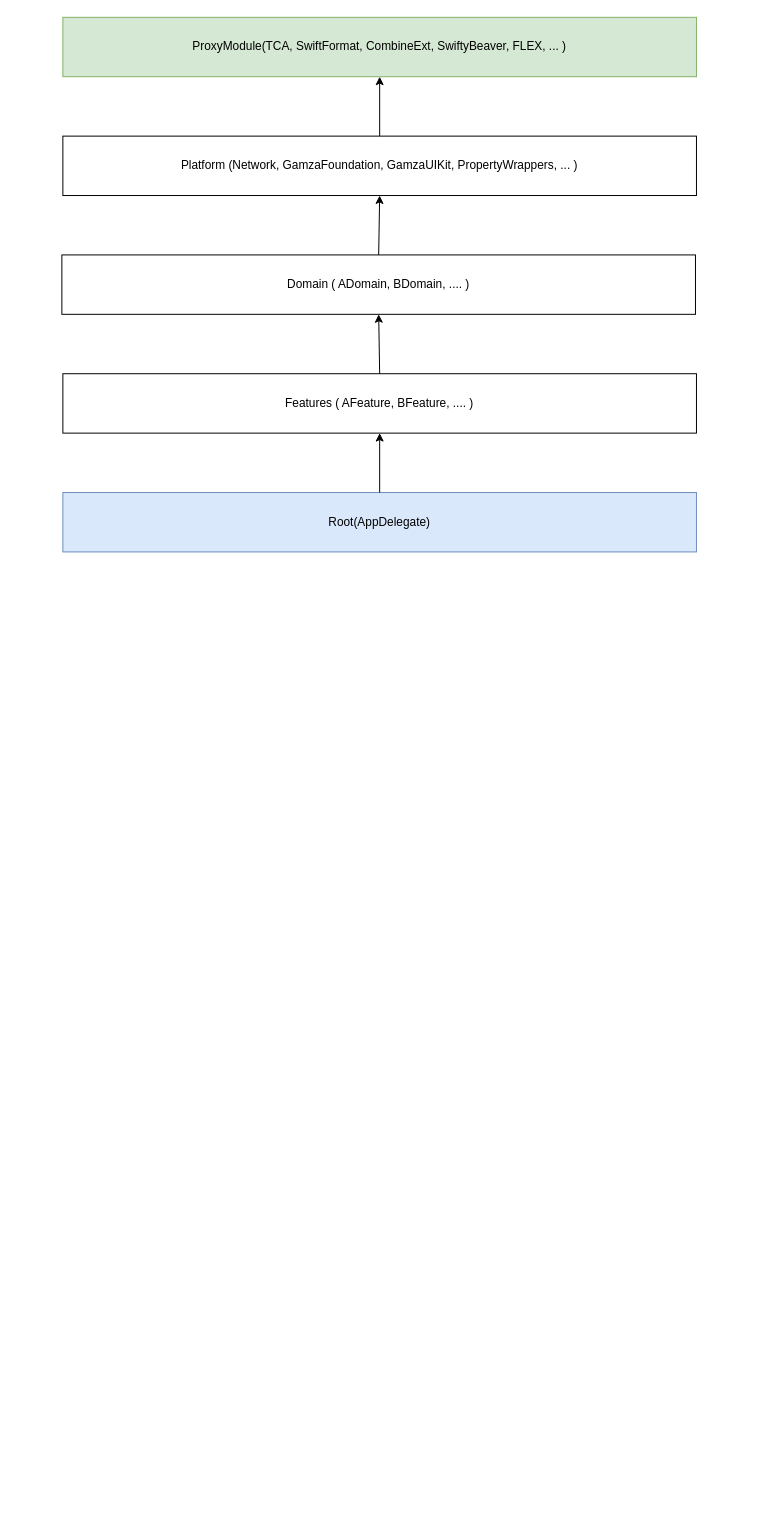
Before: diagram.drawio in good-potatos/Gamzabada-iOS, a draw.io diagram. Source tidied: cells renumbered, new cells numbered last; positions are measured from the earlier drawing's top-left corner, leaving out a move shared by most shapes. Both pictures are drawn from the tidied source at 99%, with x=0, y=0 at pixel (61, 17).
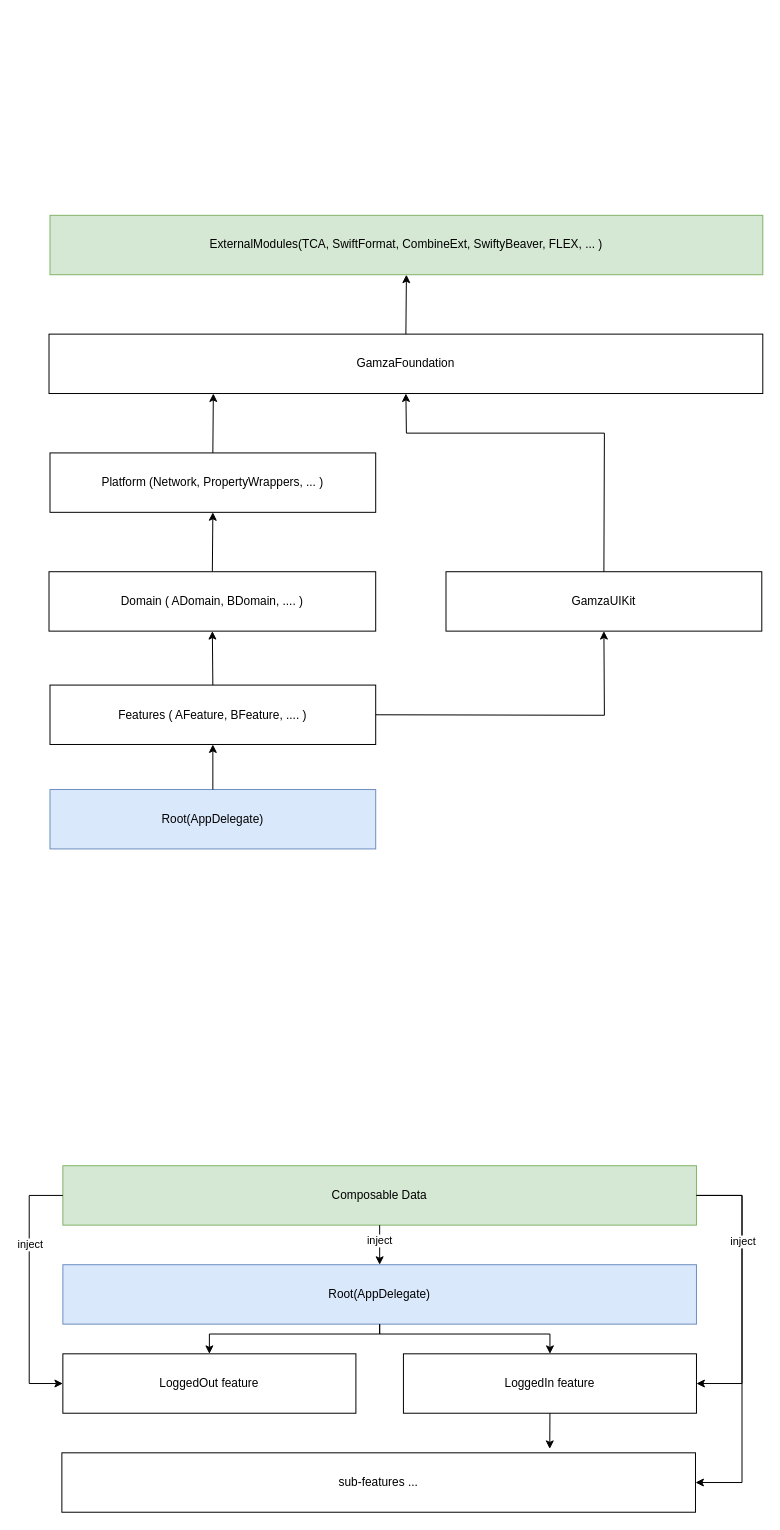
The same page after the edit.

Change to the diagram source:
```diff
@@
-    <mxCell id="2" value="ProxyModule(TCA, SwiftFormat, CombineExt, SwiftyBeaver, FLEX, ... )" style="rounded=0;whiteSpace=wrap;html=1;fillColor=#d5e8d4;strokeColor=#82b366;" parent="1" vertex="1">
-      <mxGeometry x="1" width="640" height="60" as="geometry" />
-    </mxCell>
@@
-    <mxCell id="4" value="Platform (Network, GamzaFoundation, GamzaUIKit, PropertyWrappers, ... )" style="rounded=0;whiteSpace=wrap;html=1;" parent="1" vertex="1">
-      <mxGeometry x="1" y="120" width="640" height="60" as="geometry" />
+    <mxCell id="4" value="Platform (Network, PropertyWrappers, ... )" style="rounded=0;whiteSpace=wrap;html=1;" parent="1" vertex="1">
+      <mxGeometry x="-12" y="440" width="329" height="60" as="geometry" />
     </mxCell>
-    <mxCell id="5" style="endArrow=classic;html=1;rounded=0;exitX=0.5;exitY=0;exitDx=0;exitDy=0;entryX=0.5;entryY=1;entryDx=0;entryDy=0;" parent="1" edge="1" source="4" target="2">
-      <mxGeometry relative="1" as="geometry" />
+    <mxCell id="5" style="endArrow=classic;html=1;rounded=0;exitX=0.5;exitY=0;exitDx=0;exitDy=0;entryX=0.5;entryY=1;entryDx=0;entryDy=0;" parent="1" edge="1" source="4">
+      <mxGeometry relative="1" as="geometry">
+        <mxPoint x="153" y="380" as="targetPoint" />
+      </mxGeometry>
     </mxCell>
     <mxCell id="6" value="Domain ( ADomain, BDomain, .... )" style="rounded=0;whiteSpace=wrap;html=1;" parent="1" vertex="1">
-      <mxGeometry y="240" width="640" height="60" as="geometry" />
+      <mxGeometry x="-13" y="560" width="330" height="60" as="geometry" />
     </mxCell>
     <mxCell id="7" value="Features ( AFeature, BFeature, .... )" style="rounded=0;whiteSpace=wrap;html=1;" parent="1" vertex="1">
-      <mxGeometry x="1" y="360" width="640" height="60" as="geometry" />
+      <mxGeometry x="-12" y="674.5" width="329" height="60" as="geometry" />
     </mxCell>
     <mxCell id="8" value="Root(AppDelegate)" style="rounded=0;whiteSpace=wrap;html=1;fillColor=#dae8fc;strokeColor=#6c8ebf;" parent="1" vertex="1">
-      <mxGeometry x="1" y="480" width="640" height="60" as="geometry" />
+      <mxGeometry x="-12" y="780" width="329" height="60" as="geometry" />
     </mxCell>
@@
+    <mxCell id="11" value="Composable Data" style="rounded=0;whiteSpace=wrap;html=1;fillColor=#d5e8d4;strokeColor=#82b366;" parent="1" vertex="1">
+      <mxGeometry x="1" y="1160" width="640" height="60" as="geometry" />
+    </mxCell>
+    <mxCell id="12" value="Root(AppDelegate)" style="rounded=0;whiteSpace=wrap;html=1;fillColor=#dae8fc;strokeColor=#6c8ebf;" parent="1" vertex="1">
+      <mxGeometry x="1" y="1260" width="640" height="60" as="geometry" />
+    </mxCell>
+    <mxCell id="13" value="LoggedOut feature" style="rounded=0;whiteSpace=wrap;html=1;" parent="1" vertex="1">
+      <mxGeometry x="1" y="1350" width="296" height="60" as="geometry" />
+    </mxCell>
+    <mxCell id="14" value="LoggedIn feature" style="rounded=0;whiteSpace=wrap;html=1;" parent="1" vertex="1">
+      <mxGeometry x="345" y="1350" width="296" height="60" as="geometry" />
+    </mxCell>
+    <mxCell id="15" value="sub-features ..." style="rounded=0;whiteSpace=wrap;html=1;" parent="1" vertex="1">
+      <mxGeometry y="1450" width="640" height="60" as="geometry" />
+    </mxCell>
+    <mxCell id="16" style="endArrow=classic;html=1;rounded=0;exitX=0.5;exitY=1;exitDx=0;exitDy=0;entryX=0.5;entryY=0;entryDx=0;entryDy=0;" parent="1" edge="1" source="11" target="12">
+      <mxGeometry relative="1" as="geometry" />
+    </mxCell>
+    <mxCell id="17" value="inject" style="edgeLabel;html=1;align=center;verticalAlign=middle;" parent="16" vertex="1">
+      <mxGeometry x="-0.25" y="1" relative="1" as="geometry">
+        <mxPoint x="-2" as="offset" />
+      </mxGeometry>
+    </mxCell>
+    <mxCell id="18" style="endArrow=classic;html=1;rounded=0;exitX=0.5;exitY=1;exitDx=0;exitDy=0;entryX=0.5;entryY=0;entryDx=0;entryDy=0;" parent="1" edge="1" source="12" target="13">
+      <mxGeometry relative="1" as="geometry">
+        <Array as="points">
+          <mxPoint x="321" y="1330" />
+          <mxPoint x="149" y="1330" />
+        </Array>
+      </mxGeometry>
+    </mxCell>
+    <mxCell id="19" style="endArrow=classic;html=1;rounded=0;exitX=0.5;exitY=1;exitDx=0;exitDy=0;entryX=0.5;entryY=0;entryDx=0;entryDy=0;" parent="1" edge="1" source="12" target="14">
+      <mxGeometry relative="1" as="geometry">
+        <Array as="points">
+          <mxPoint x="321" y="1330" />
+          <mxPoint x="493" y="1330" />
+        </Array>
+      </mxGeometry>
+    </mxCell>
+    <mxCell id="20" style="endArrow=classic;html=1;rounded=0;exitX=0.5;exitY=1;exitDx=0;exitDy=0;entryX=0.77;entryY=-0.067;entryDx=0;entryDy=0;entryPerimeter=0;" parent="1" edge="1" source="14" target="15">
+      <mxGeometry relative="1" as="geometry" />
+    </mxCell>
+    <mxCell id="21" style="endArrow=classic;html=1;rounded=0;exitX=1;exitY=0.5;exitDx=0;exitDy=0;entryX=1;entryY=0.5;entryDx=0;entryDy=0;" parent="1" edge="1" source="11" target="14">
+      <mxGeometry relative="1" as="geometry">
+        <Array as="points">
+          <mxPoint x="687" y="1190" />
+          <mxPoint x="687" y="1380" />
+        </Array>
+      </mxGeometry>
+    </mxCell>
+    <mxCell id="22" style="endArrow=classic;html=1;rounded=0;exitX=0;exitY=0.5;exitDx=0;exitDy=0;entryX=0;entryY=0.5;entryDx=0;entryDy=0;" parent="1" edge="1" source="11" target="13">
+      <mxGeometry relative="1" as="geometry">
+        <Array as="points">
+          <mxPoint x="-33" y="1190" />
+          <mxPoint x="-33" y="1380" />
+        </Array>
+      </mxGeometry>
+    </mxCell>
+    <mxCell id="23" value="inject" style="edgeLabel;html=1;align=center;verticalAlign=middle;" parent="22" vertex="1">
+      <mxGeometry x="-0.36" relative="1" as="geometry" />
+    </mxCell>
+    <mxCell id="24" style="endArrow=classic;html=1;rounded=0;exitX=1;exitY=0.5;exitDx=0;exitDy=0;entryX=1;entryY=0.5;entryDx=0;entryDy=0;" parent="1" edge="1" source="11" target="15">
+      <mxGeometry relative="1" as="geometry">
+        <Array as="points">
+          <mxPoint x="687" y="1190" />
+          <mxPoint x="687" y="1480" />
+        </Array>
+      </mxGeometry>
+    </mxCell>
+    <mxCell id="25" value="inject" style="edgeLabel;html=1;align=center;verticalAlign=middle;" parent="24" vertex="1">
+      <mxGeometry x="-0.52" y="1" relative="1" as="geometry">
+        <mxPoint x="-1" as="offset" />
+      </mxGeometry>
+    </mxCell>
+    <mxCell id="26" value="GamzaUIKit" style="rounded=0;whiteSpace=wrap;html=1;" parent="1" vertex="1">
+      <mxGeometry x="388" y="560" width="319" height="60" as="geometry" />
+    </mxCell>
+    <mxCell id="27" style="endArrow=classic;html=1;rounded=0;exitX=1;exitY=0.5;exitDx=0;exitDy=0;entryX=0.5;entryY=1;entryDx=0;entryDy=0;" parent="1" edge="1" source="7" target="26">
+      <mxGeometry relative="1" as="geometry">
+        <Array as="points">
+          <mxPoint x="548" y="705" />
+        </Array>
+      </mxGeometry>
+    </mxCell>
+    <mxCell id="28" value="ExternalModules(TCA, SwiftFormat, CombineExt, SwiftyBeaver, FLEX, ... )" style="rounded=0;whiteSpace=wrap;html=1;fillColor=#d5e8d4;strokeColor=#82b366;" parent="1" vertex="1">
+      <mxGeometry x="-12" y="200" width="720" height="60" as="geometry" />
+    </mxCell>
+    <mxCell id="29" value="GamzaFoundation" style="rounded=0;whiteSpace=wrap;html=1;" parent="1" vertex="1">
+      <mxGeometry x="-13" y="320" width="721" height="60" as="geometry" />
+    </mxCell>
+    <mxCell id="30" style="endArrow=classic;html=1;rounded=0;strokeColor=#000000;exitX=0.5;exitY=0;exitDx=0;exitDy=0;entryX=0.5;entryY=1;entryDx=0;entryDy=0;" parent="1" edge="1" source="29" target="28">
+      <mxGeometry relative="1" as="geometry" />
+    </mxCell>
+    <mxCell id="31" style="endArrow=classic;html=1;rounded=0;exitX=0.5;exitY=0;exitDx=0;exitDy=0;entryX=0.5;entryY=1;entryDx=0;entryDy=0;" parent="1" edge="1" source="26" target="29">
+      <mxGeometry relative="1" as="geometry">
+        <Array as="points">
+          <mxPoint x="548" y="420" />
+          <mxPoint x="348" y="420" />
+        </Array>
+      </mxGeometry>
+    </mxCell>
```
